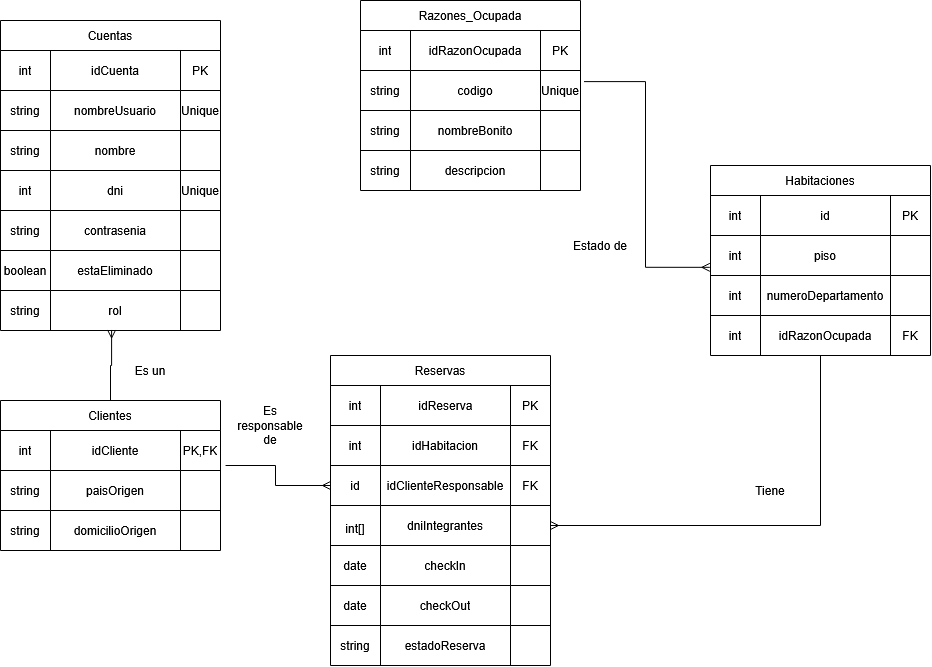
Above: HOTEL DER.drawio.png in Lucas-Lanari/TPfinalSistemaDeHotel (draw.io), before the change. Source tidied: cells renumbered, new cells last; positions are measured from the earlier drawing's top-left corner, leaving out a move shared by most shapes.
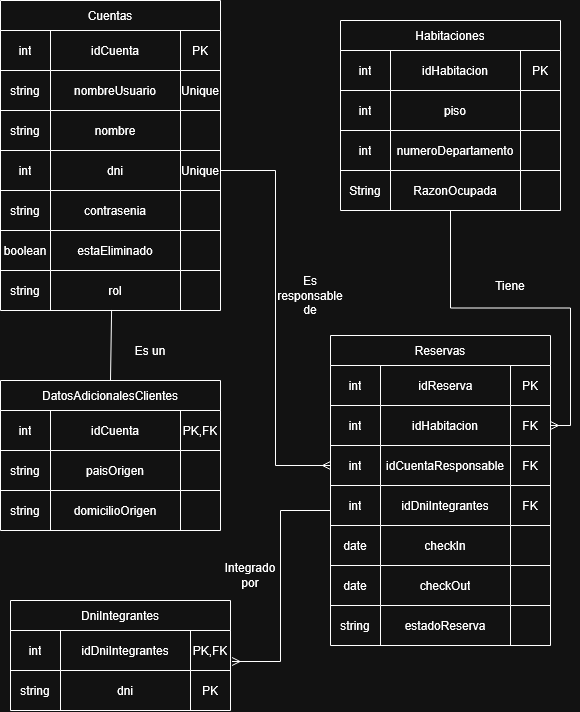
Later version of the same file.

Commit message:
Actualización del DER

Eliminado Razon_Ocupada como tabla porque es un ENUM y no va en la base de datos.
Eliminado el enlace entre Clientes y Reservas y readaptado a Cuentas.
Corregido el error de dniIntegrantes y creada la tabla que requería originalmente.

What changed in the source:
```diff
@@ -92,10 +92,10 @@
     <mxCell id="31" style="shape=partialRectangle;html=1;whiteSpace=wrap;strokeColor=inherit;overflow=hidden;fillColor=none;top=0;left=0;bottom=0;right=0;" parent="28" vertex="1">
       <mxGeometry x="180" width="40" height="40" as="geometry" />
     </mxCell>
-    <mxCell id="32" style="edgeStyle=orthogonalEdgeStyle;rounded=0;jettySize=auto;html=1;exitX=1.023;exitY=0.875;exitDx=0;exitDy=0;entryX=0;entryY=0.5;entryDx=0;entryDy=0;endArrow=ERmany;endFill=0;exitPerimeter=0;" parent="1" edge="1" source="35" target="58">
-      <mxGeometry relative="1" as="geometry" />
+    <mxCell id="32" style="edgeStyle=orthogonalEdgeStyle;rounded=0;jettySize=auto;html=1;exitX=1;exitY=0.5;exitDx=0;exitDy=0;entryX=0;entryY=0.5;entryDx=0;entryDy=0;endArrow=ERmany;endFill=0;" parent="1" edge="1" source="16" target="58">
+      <mxGeometry x="0.69" relative="1" as="geometry" />
     </mxCell>
-    <mxCell id="33" value="Clientes" style="swimlane;fontStyle=0;horizontal=1;startSize=30;whiteSpace=wrap;html=1;" parent="1" vertex="1">
+    <mxCell id="33" value="DatosAdicionalesClientes" style="swimlane;fontStyle=0;horizontal=1;startSize=30;whiteSpace=wrap;html=1;" parent="1" vertex="1">
       <mxGeometry y="400" width="220" height="30" as="geometry" />
     </mxCell>
     <mxCell id="34" style="shape=table;startSize=0;fixedHeader=1;" parent="1" vertex="1">
@@ -107,7 +107,7 @@
     <mxCell id="36" value="int" style="shape=partialRectangle;html=1;whiteSpace=wrap;strokeColor=inherit;overflow=hidden;fillColor=none;top=0;left=0;bottom=0;right=0;" parent="35" vertex="1">
       <mxGeometry width="50" height="40" as="geometry" />
     </mxCell>
-    <mxCell id="37" value="idCliente" style="shape=partialRectangle;html=1;whiteSpace=wrap;strokeColor=inherit;overflow=hidden;fillColor=none;top=0;left=0;bottom=0;right=0;" parent="35" vertex="1">
+    <mxCell id="37" value="idCuenta" style="shape=partialRectangle;html=1;whiteSpace=wrap;strokeColor=inherit;overflow=hidden;fillColor=none;top=0;left=0;bottom=0;right=0;" parent="35" vertex="1">
       <mxGeometry x="50" width="130" height="40" as="geometry" />
     </mxCell>
     <mxCell id="38" value="PK,FK" style="shape=partialRectangle;html=1;whiteSpace=wrap;strokeColor=inherit;overflow=hidden;fillColor=none;top=0;left=0;bottom=0;right=0;" parent="35" vertex="1">
@@ -137,8 +137,12 @@
     <mxCell id="46" style="shape=partialRectangle;html=1;whiteSpace=wrap;strokeColor=inherit;overflow=hidden;fillColor=none;top=0;left=0;bottom=0;right=0;" parent="43" vertex="1">
       <mxGeometry x="180" width="40" height="40" as="geometry" />
     </mxCell>
-    <mxCell id="47" style="edgeStyle=orthogonalEdgeStyle;rounded=0;jettySize=auto;html=1;exitX=0.5;exitY=0;exitDx=0;exitDy=0;entryX=0.505;entryY=0.987;entryDx=0;entryDy=0;entryPerimeter=0;endArrow=ERmany;endFill=0;startArrow=none;startFill=0;" parent="1" edge="1" source="33" target="28">
-      <mxGeometry relative="1" as="geometry" />
+    <mxCell id="47" style="edgeStyle=orthogonalEdgeStyle;rounded=0;jettySize=auto;html=1;exitX=0.5;exitY=0;exitDx=0;exitDy=0;entryX=0.505;entryY=0.987;entryDx=0;entryDy=0;entryPerimeter=0;endArrow=none;endFill=0;startArrow=none;startFill=0;" parent="1" edge="1" source="33" target="28">
+      <mxGeometry x="0.01" relative="1" as="geometry">
+        <Array as="points">
+          <mxPoint x="111.1" y="400" />
+        </Array>
+      </mxGeometry>
     </mxCell>
     <mxCell id="48" value="Reservas" style="swimlane;fontStyle=0;horizontal=1;startSize=30;whiteSpace=wrap;html=1;" parent="1" vertex="1">
       <mxGeometry x="330" y="355" width="220" height="30" as="geometry" />
@@ -173,10 +177,10 @@
     <mxCell id="58" style="shape=tableRow;horizontal=0;startSize=0;swimlaneHead=0;swimlaneBody=0;strokeColor=inherit;top=0;left=0;bottom=0;right=0;fillColor=none;points=[[0,0.5],[1,0.5]];portConstraint=eastwest;fixedHeader=1;" parent="49" vertex="1">
       <mxGeometry y="80" width="220" height="40" as="geometry" />
     </mxCell>
-    <mxCell id="59" value="id" style="shape=partialRectangle;html=1;whiteSpace=wrap;strokeColor=inherit;overflow=hidden;fillColor=none;top=0;left=0;bottom=0;right=0;" parent="58" vertex="1">
+    <mxCell id="59" value="int" style="shape=partialRectangle;html=1;whiteSpace=wrap;strokeColor=inherit;overflow=hidden;fillColor=none;top=0;left=0;bottom=0;right=0;" parent="58" vertex="1">
       <mxGeometry width="50" height="40" as="geometry" />
     </mxCell>
-    <mxCell id="60" value="idClienteResponsable" style="shape=partialRectangle;html=1;whiteSpace=wrap;strokeColor=inherit;overflow=hidden;fillColor=none;top=0;left=0;bottom=0;right=0;" parent="58" vertex="1">
+    <mxCell id="60" value="idCuentaResponsable" style="shape=partialRectangle;html=1;whiteSpace=wrap;strokeColor=inherit;overflow=hidden;fillColor=none;top=0;left=0;bottom=0;right=0;" parent="58" vertex="1">
       <mxGeometry x="50" width="130" height="40" as="geometry" />
     </mxCell>
     <mxCell id="61" value="FK" style="shape=partialRectangle;html=1;whiteSpace=wrap;strokeColor=inherit;overflow=hidden;fillColor=none;top=0;left=0;bottom=0;right=0;" parent="58" vertex="1">
@@ -185,13 +189,13 @@
     <mxCell id="62" style="shape=tableRow;horizontal=0;startSize=0;swimlaneHead=0;swimlaneBody=0;strokeColor=inherit;top=0;left=0;bottom=0;right=0;fillColor=none;points=[[0,0.5],[1,0.5]];portConstraint=eastwest;fixedHeader=1;" parent="49" vertex="1">
       <mxGeometry y="120" width="220" height="40" as="geometry" />
     </mxCell>
-    <mxCell id="63" value="&#10;int[] &#10;&#10;" style="shape=partialRectangle;html=1;whiteSpace=wrap;strokeColor=inherit;overflow=hidden;fillColor=none;top=0;left=0;bottom=0;right=0;" parent="62" vertex="1">
+    <mxCell id="63" value="int" style="shape=partialRectangle;html=1;whiteSpace=wrap;strokeColor=inherit;overflow=hidden;fillColor=none;top=0;left=0;bottom=0;right=0;" parent="62" vertex="1">
       <mxGeometry width="50" height="40" as="geometry" />
     </mxCell>
-    <mxCell id="64" value="dniIntegrantes" style="shape=partialRectangle;html=1;whiteSpace=wrap;strokeColor=inherit;overflow=hidden;fillColor=none;top=0;left=0;bottom=0;right=0;" parent="62" vertex="1">
+    <mxCell id="64" value="idDniIntegrantes" style="shape=partialRectangle;html=1;whiteSpace=wrap;strokeColor=inherit;overflow=hidden;fillColor=none;top=0;left=0;bottom=0;right=0;" parent="62" vertex="1">
       <mxGeometry x="50" width="130" height="40" as="geometry" />
     </mxCell>
-    <mxCell id="65" style="shape=partialRectangle;html=1;whiteSpace=wrap;strokeColor=inherit;overflow=hidden;fillColor=none;top=0;left=0;bottom=0;right=0;" parent="62" vertex="1">
+    <mxCell id="65" value="FK" style="shape=partialRectangle;html=1;whiteSpace=wrap;strokeColor=inherit;overflow=hidden;fillColor=none;top=0;left=0;bottom=0;right=0;" parent="62" vertex="1">
       <mxGeometry x="180" width="40" height="40" as="geometry" />
     </mxCell>
     <mxCell id="66" style="shape=tableRow;horizontal=0;startSize=0;swimlaneHead=0;swimlaneBody=0;strokeColor=inherit;top=0;left=0;bottom=0;right=0;fillColor=none;fixedHeader=1;" parent="49" vertex="1">
@@ -230,68 +234,14 @@
     <mxCell id="77" style="shape=partialRectangle;html=1;whiteSpace=wrap;strokeColor=inherit;overflow=hidden;fillColor=none;top=0;left=0;bottom=0;right=0;" parent="74" vertex="1">
       <mxGeometry x="180" width="40" height="40" as="geometry" />
     </mxCell>
-    <mxCell id="78" value="Razones_Ocupada" style="swimlane;fontStyle=0;horizontal=1;startSize=30;whiteSpace=wrap;html=1;" parent="1" vertex="1">
-      <mxGeometry x="360" width="220" height="30" as="geometry" />
-    </mxCell>
-    <mxCell id="79" style="shape=table;startSize=0;fixedHeader=1;" parent="1" vertex="1">
-      <mxGeometry x="360" y="30" width="220" height="160" as="geometry" />
-    </mxCell>
-    <mxCell id="80" style="shape=tableRow;horizontal=0;startSize=0;swimlaneHead=0;swimlaneBody=0;strokeColor=inherit;top=0;left=0;bottom=0;right=0;fillColor=none;points=[[0,0.5],[1,0.5]];portConstraint=eastwest;fixedHeader=1;" parent="79" vertex="1">
-      <mxGeometry width="220" height="40" as="geometry" />
-    </mxCell>
-    <mxCell id="81" value="int" style="shape=partialRectangle;html=1;whiteSpace=wrap;strokeColor=inherit;overflow=hidden;fillColor=none;top=0;left=0;bottom=0;right=0;" parent="80" vertex="1">
-      <mxGeometry width="50" height="40" as="geometry" />
-    </mxCell>
-    <mxCell id="82" value="idRazonOcupada" style="shape=partialRectangle;html=1;whiteSpace=wrap;strokeColor=inherit;overflow=hidden;fillColor=none;top=0;left=0;bottom=0;right=0;" parent="80" vertex="1">
-      <mxGeometry x="50" width="130" height="40" as="geometry" />
-    </mxCell>
-    <mxCell id="83" value="PK" style="shape=partialRectangle;html=1;whiteSpace=wrap;strokeColor=inherit;overflow=hidden;fillColor=none;top=0;left=0;bottom=0;right=0;" parent="80" vertex="1">
-      <mxGeometry x="180" width="40" height="40" as="geometry" />
-    </mxCell>
-    <mxCell id="84" style="shape=tableRow;horizontal=0;startSize=0;swimlaneHead=0;swimlaneBody=0;strokeColor=inherit;top=0;left=0;bottom=0;right=0;fillColor=none;points=[[0,0.5],[1,0.5]];portConstraint=eastwest;fixedHeader=1;" parent="79" vertex="1">
-      <mxGeometry y="40" width="220" height="40" as="geometry" />
-    </mxCell>
-    <mxCell id="85" value="string" style="shape=partialRectangle;html=1;whiteSpace=wrap;strokeColor=inherit;overflow=hidden;fillColor=none;top=0;left=0;bottom=0;right=0;" parent="84" vertex="1">
-      <mxGeometry width="50" height="40" as="geometry" />
-    </mxCell>
-    <mxCell id="86" value="codigo" style="shape=partialRectangle;html=1;whiteSpace=wrap;strokeColor=inherit;overflow=hidden;fillColor=none;top=0;left=0;bottom=0;right=0;" parent="84" vertex="1">
-      <mxGeometry x="50" width="130" height="40" as="geometry" />
-    </mxCell>
-    <mxCell id="87" value="Unique" style="shape=partialRectangle;html=1;whiteSpace=wrap;strokeColor=inherit;overflow=hidden;fillColor=none;top=0;left=0;bottom=0;right=0;" parent="84" vertex="1">
-      <mxGeometry x="180" width="40" height="40" as="geometry" />
-    </mxCell>
-    <mxCell id="88" style="shape=tableRow;horizontal=0;startSize=0;swimlaneHead=0;swimlaneBody=0;strokeColor=inherit;top=0;left=0;bottom=0;right=0;fillColor=none;fixedHeader=1;" parent="79" vertex="1">
-      <mxGeometry y="80" width="220" height="40" as="geometry" />
-    </mxCell>
-    <mxCell id="89" value="string" style="shape=partialRectangle;html=1;whiteSpace=wrap;strokeColor=inherit;overflow=hidden;fillColor=none;top=0;left=0;bottom=0;right=0;" parent="88" vertex="1">
-      <mxGeometry width="50" height="40" as="geometry" />
-    </mxCell>
-    <mxCell id="90" value="nombreBonito" style="shape=partialRectangle;html=1;whiteSpace=wrap;strokeColor=inherit;overflow=hidden;fillColor=none;top=0;left=0;bottom=0;right=0;" parent="88" vertex="1">
-      <mxGeometry x="50" width="130" height="40" as="geometry" />
-    </mxCell>
-    <mxCell id="91" style="shape=partialRectangle;html=1;whiteSpace=wrap;strokeColor=inherit;overflow=hidden;fillColor=none;top=0;left=0;bottom=0;right=0;" parent="88" vertex="1">
-      <mxGeometry x="180" width="40" height="40" as="geometry" />
-    </mxCell>
-    <mxCell id="92" style="shape=tableRow;horizontal=0;startSize=0;swimlaneHead=0;swimlaneBody=0;strokeColor=inherit;top=0;left=0;bottom=0;right=0;fillColor=none;fixedHeader=1;" parent="79" vertex="1">
-      <mxGeometry y="120" width="220" height="40" as="geometry" />
-    </mxCell>
-    <mxCell id="93" value="string" style="shape=partialRectangle;html=1;whiteSpace=wrap;strokeColor=inherit;overflow=hidden;fillColor=none;top=0;left=0;bottom=0;right=0;" parent="92" vertex="1">
-      <mxGeometry width="50" height="40" as="geometry" />
-    </mxCell>
-    <mxCell id="94" value="descripcion" style="shape=partialRectangle;html=1;whiteSpace=wrap;strokeColor=inherit;overflow=hidden;fillColor=none;top=0;left=0;bottom=0;right=0;" parent="92" vertex="1">
-      <mxGeometry x="50" width="130" height="40" as="geometry" />
-    </mxCell>
-    <mxCell id="95" style="shape=partialRectangle;html=1;whiteSpace=wrap;strokeColor=inherit;overflow=hidden;fillColor=none;top=0;left=0;bottom=0;right=0;" parent="92" vertex="1">
-      <mxGeometry x="180" width="40" height="40" as="geometry" />
-    </mxCell>
     <mxCell id="96" value="Habitaciones" style="swimlane;fontStyle=0;horizontal=1;startSize=30;whiteSpace=wrap;html=1;" parent="1" vertex="1">
-      <mxGeometry x="710" y="165" width="220" height="30" as="geometry" />
+      <mxGeometry x="340" y="40" width="220" height="30" as="geometry" />
     </mxCell>
-    <mxCell id="97" style="edgeStyle=orthogonalEdgeStyle;rounded=0;jettySize=auto;html=1;exitX=0.5;exitY=1;exitDx=0;exitDy=0;entryX=1;entryY=0.5;entryDx=0;entryDy=0;endArrow=ERmany;endFill=0;" parent="1" edge="1" source="98" target="62">
+    <mxCell id="97" style="edgeStyle=orthogonalEdgeStyle;rounded=0;jettySize=auto;html=1;exitX=0.5;exitY=1;exitDx=0;exitDy=0;entryX=1;entryY=0.5;entryDx=0;entryDy=0;endArrow=ERmany;endFill=0;" parent="1" edge="1" source="98" target="54">
       <mxGeometry relative="1" as="geometry" />
     </mxCell>
     <mxCell id="98" style="shape=table;startSize=0;fixedHeader=1;" parent="1" vertex="1">
-      <mxGeometry x="710" y="195" width="220" height="160" as="geometry" />
+      <mxGeometry x="340" y="70" width="220" height="160" as="geometry" />
     </mxCell>
     <mxCell id="99" style="shape=tableRow;horizontal=0;startSize=0;swimlaneHead=0;swimlaneBody=0;strokeColor=inherit;top=0;left=0;bottom=0;right=0;fillColor=none;fixedHeader=1;" parent="98" vertex="1">
       <mxGeometry width="220" height="40" as="geometry" />
@@ -299,7 +249,7 @@
     <mxCell id="100" value="int" style="shape=partialRectangle;html=1;whiteSpace=wrap;strokeColor=inherit;overflow=hidden;fillColor=none;top=0;left=0;bottom=0;right=0;" parent="99" vertex="1">
       <mxGeometry width="50" height="40" as="geometry" />
     </mxCell>
-    <mxCell id="101" value="id" style="shape=partialRectangle;html=1;whiteSpace=wrap;strokeColor=inherit;overflow=hidden;fillColor=none;top=0;left=0;bottom=0;right=0;" parent="99" vertex="1">
+    <mxCell id="101" value="idHabitacion" style="shape=partialRectangle;html=1;whiteSpace=wrap;strokeColor=inherit;overflow=hidden;fillColor=none;top=0;left=0;bottom=0;right=0;" parent="99" vertex="1">
       <mxGeometry x="50" width="130" height="40" as="geometry" />
     </mxCell>
     <mxCell id="102" value="PK" style="shape=partialRectangle;html=1;whiteSpace=wrap;strokeColor=inherit;overflow=hidden;fillColor=none;top=0;left=0;bottom=0;right=0;" parent="99" vertex="1">
@@ -332,29 +282,64 @@
     <mxCell id="111" style="shape=tableRow;horizontal=0;startSize=0;swimlaneHead=0;swimlaneBody=0;strokeColor=inherit;top=0;left=0;bottom=0;right=0;fillColor=none;fixedHeader=1;" parent="98" vertex="1">
       <mxGeometry y="120" width="220" height="40" as="geometry" />
     </mxCell>
-    <mxCell id="112" value="int" style="shape=partialRectangle;html=1;whiteSpace=wrap;strokeColor=inherit;overflow=hidden;fillColor=none;top=0;left=0;bottom=0;right=0;" parent="111" vertex="1">
+    <mxCell id="112" value="String" style="shape=partialRectangle;html=1;whiteSpace=wrap;strokeColor=inherit;overflow=hidden;fillColor=none;top=0;left=0;bottom=0;right=0;" parent="111" vertex="1">
       <mxGeometry width="50" height="40" as="geometry" />
     </mxCell>
-    <mxCell id="113" value="idRazonOcupada" style="shape=partialRectangle;html=1;whiteSpace=wrap;strokeColor=inherit;overflow=hidden;fillColor=none;top=0;left=0;bottom=0;right=0;" parent="111" vertex="1">
+    <mxCell id="113" value="RazonOcupada" style="shape=partialRectangle;html=1;whiteSpace=wrap;strokeColor=inherit;overflow=hidden;fillColor=none;top=0;left=0;bottom=0;right=0;" parent="111" vertex="1">
       <mxGeometry x="50" width="130" height="40" as="geometry" />
     </mxCell>
-    <mxCell id="114" value="FK" style="shape=partialRectangle;html=1;whiteSpace=wrap;strokeColor=inherit;overflow=hidden;fillColor=none;top=0;left=0;bottom=0;right=0;" parent="111" vertex="1">
+    <mxCell id="114" style="shape=partialRectangle;html=1;whiteSpace=wrap;strokeColor=inherit;overflow=hidden;fillColor=none;top=0;left=0;bottom=0;right=0;" parent="111" vertex="1">
       <mxGeometry x="180" width="40" height="40" as="geometry" />
     </mxCell>
-    <mxCell id="115" style="edgeStyle=orthogonalEdgeStyle;rounded=0;jettySize=auto;html=1;exitX=1.016;exitY=0.278;exitDx=0;exitDy=0;entryX=-0.003;entryY=0.796;entryDx=0;entryDy=0;entryPerimeter=0;exitPerimeter=0;endArrow=ERmany;endFill=0;" parent="1" edge="1" source="84" target="103">
-      <mxGeometry relative="1" as="geometry" />
-    </mxCell>
     <mxCell id="116" value="Es un" style="text;html=1;whiteSpace=wrap;strokeColor=none;fillColor=none;align=center;verticalAlign=middle;rounded=0;" parent="1" vertex="1">
       <mxGeometry x="120" y="355" width="60" height="30" as="geometry" />
     </mxCell>
     <mxCell id="117" value="Es responsable de" style="text;html=1;whiteSpace=wrap;strokeColor=none;fillColor=none;align=center;verticalAlign=middle;rounded=0;" parent="1" vertex="1">
-      <mxGeometry x="240" y="410" width="60" height="30" as="geometry" />
+      <mxGeometry x="280" y="300" width="60" height="30" as="geometry" />
     </mxCell>
     <mxCell id="118" value="Tiene" style="text;html=1;whiteSpace=wrap;strokeColor=none;fillColor=none;align=center;verticalAlign=middle;rounded=0;" parent="1" vertex="1">
-      <mxGeometry x="740" y="475" width="60" height="30" as="geometry" />
+      <mxGeometry x="480" y="290" width="60" height="30" as="geometry" />
     </mxCell>
-    <mxCell id="119" value="Estado de" style="text;html=1;whiteSpace=wrap;strokeColor=none;fillColor=none;align=center;verticalAlign=middle;rounded=0;" parent="1" vertex="1">
-      <mxGeometry x="570" y="230" width="60" height="30" as="geometry" />
-    </mxCell>
+    <mxCell id="120" style="edgeStyle=orthogonalEdgeStyle;rounded=0;jettySize=auto;html=1;defaultLabelBackgroundColor=page;endArrow=ERmany;endFill=0;entryX=1.007;entryY=0.775;entryDx=0;entryDy=0;entryPerimeter=0;" parent="1" edge="1" source="62" target="80">
+      <mxGeometry x="-0.01" relative="1" as="geometry">
+        <Array as="points">
+          <mxPoint x="280" y="530" />
+          <mxPoint x="280" y="681" />
+        </Array>
+      </mxGeometry>
+    </mxCell>
+    <mxCell id="121" value="DniIntegrantes" style="swimlane;fontStyle=0;horizontal=1;startSize=30;whiteSpace=wrap;html=1;" parent="1" vertex="1">
+      <mxGeometry x="10" y="620" width="220" height="30" as="geometry" />
+    </mxCell>
+    <mxCell id="122" style="shape=table;startSize=0;fixedHeader=1;" parent="1" vertex="1">
+      <mxGeometry x="10" y="650" width="220" height="80" as="geometry" />
+    </mxCell>
+    <mxCell id="80" style="shape=tableRow;horizontal=0;startSize=0;swimlaneHead=0;swimlaneBody=0;strokeColor=inherit;top=0;left=0;bottom=0;right=0;fillColor=none;points=[[0,0.5],[1,0.5]];portConstraint=eastwest;fixedHeader=1;" parent="122" vertex="1">
+      <mxGeometry width="220" height="40" as="geometry" />
+    </mxCell>
+    <mxCell id="81" value="int" style="shape=partialRectangle;html=1;whiteSpace=wrap;strokeColor=inherit;overflow=hidden;fillColor=none;top=0;left=0;bottom=0;right=0;" parent="80" vertex="1">
+      <mxGeometry width="50" height="40" as="geometry" />
+    </mxCell>
+    <mxCell id="123" value="idDniIntegrantes" style="shape=partialRectangle;html=1;whiteSpace=wrap;strokeColor=inherit;overflow=hidden;fillColor=none;top=0;left=0;bottom=0;right=0;" parent="80" vertex="1">
+      <mxGeometry x="50" width="130" height="40" as="geometry" />
+    </mxCell>
+    <mxCell id="124" value="PK,FK" style="shape=partialRectangle;html=1;whiteSpace=wrap;strokeColor=inherit;overflow=hidden;fillColor=none;top=0;left=0;bottom=0;right=0;" parent="80" vertex="1">
+      <mxGeometry x="180" width="40" height="40" as="geometry" />
+    </mxCell>
+    <mxCell id="84" style="shape=tableRow;horizontal=0;startSize=0;swimlaneHead=0;swimlaneBody=0;strokeColor=inherit;top=0;left=0;bottom=0;right=0;fillColor=none;points=[[0,0.5],[1,0.5]];portConstraint=eastwest;fixedHeader=1;" parent="122" vertex="1">
+      <mxGeometry y="40" width="220" height="40" as="geometry" />
+    </mxCell>
+    <mxCell id="125" value="string" style="shape=partialRectangle;html=1;whiteSpace=wrap;strokeColor=inherit;overflow=hidden;fillColor=none;top=0;left=0;bottom=0;right=0;" parent="84" vertex="1">
+      <mxGeometry width="50" height="40" as="geometry" />
+    </mxCell>
+    <mxCell id="126" value="dni" style="shape=partialRectangle;html=1;whiteSpace=wrap;strokeColor=inherit;overflow=hidden;fillColor=none;top=0;left=0;bottom=0;right=0;" parent="84" vertex="1">
+      <mxGeometry x="50" width="130" height="40" as="geometry" />
+    </mxCell>
+    <mxCell id="83" value="PK" style="shape=partialRectangle;html=1;whiteSpace=wrap;strokeColor=inherit;overflow=hidden;fillColor=none;top=0;left=0;bottom=0;right=0;" parent="84" vertex="1">
+      <mxGeometry x="180" width="40" height="40" as="geometry" />
+    </mxCell>
+    <mxCell id="127" value="Integrado por" style="text;html=1;whiteSpace=wrap;strokeColor=none;fillColor=none;align=center;verticalAlign=middle;rounded=0;" parent="1" vertex="1">
+      <mxGeometry x="220" y="580" width="60" height="30" as="geometry" />
+    </mxCell>
   </root>
 </mxGraphModel>
```
